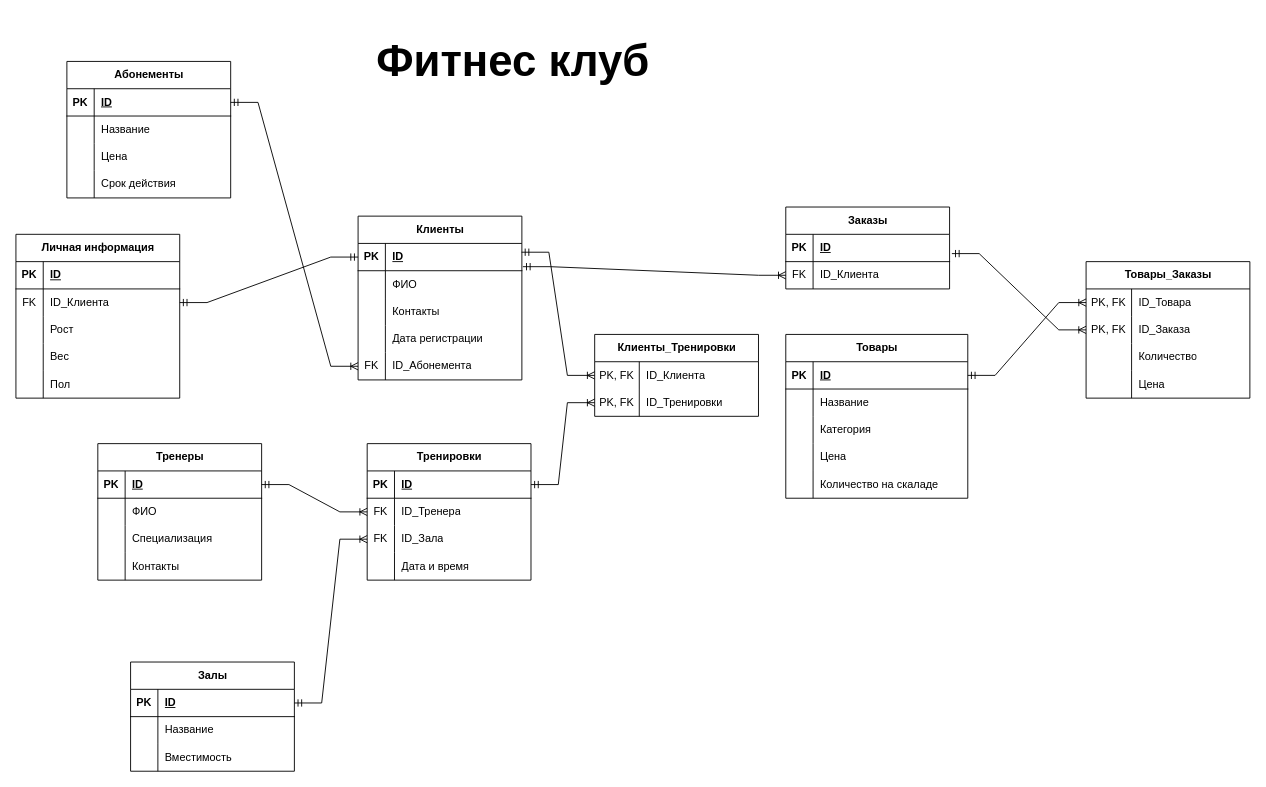
KotegovNikita/database_basics keeps this draw.io diagram as Homework_1.drawio. Above is the earlier version. Source tidied: cells renumbered, new cells numbered last; positions are measured from the earlier drawing's top-left corner, leaving out a move shared by most shapes. Both pictures are drawn from the tidied source at 91%, with x=0, y=0 at pixel (15, 15).
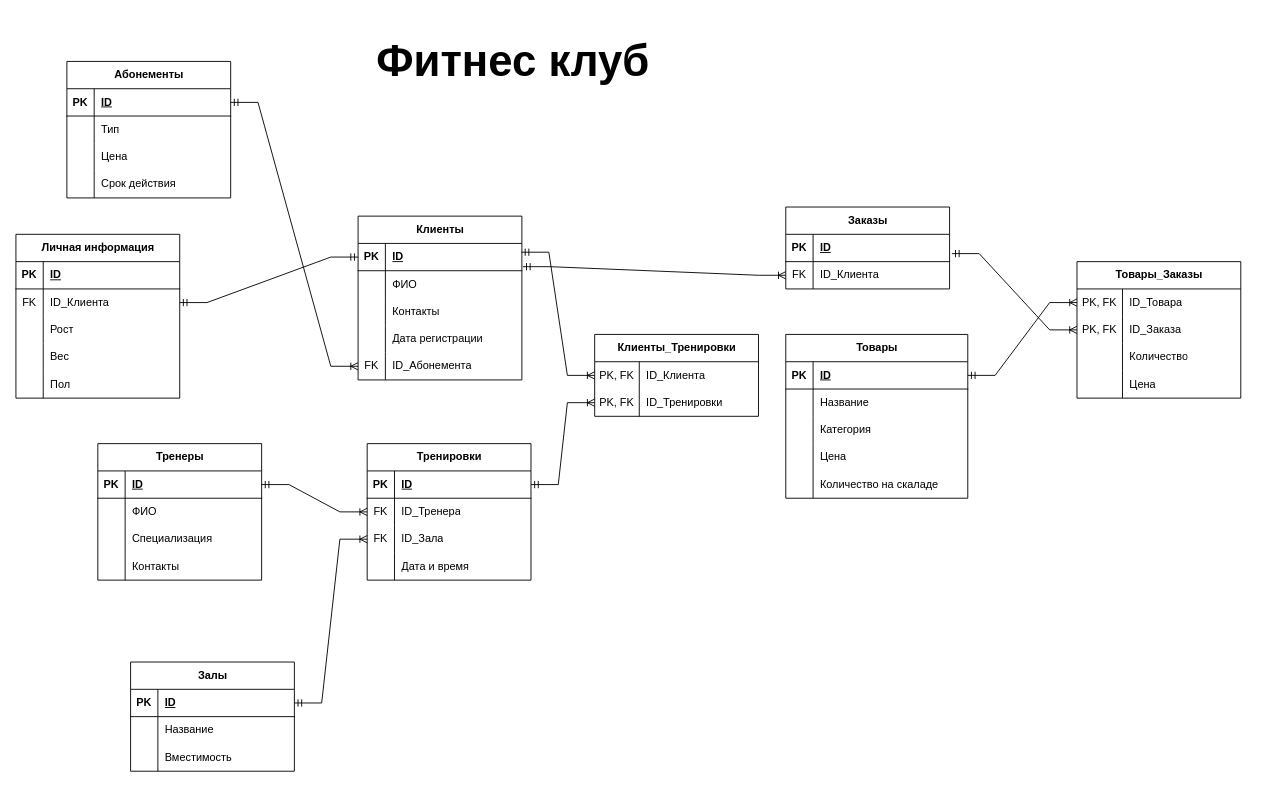
After the change.

The change refers to these unchanged cells:
```xml
<mxCell id="22" style="shape=tableRow;horizontal=0;startSize=0;swimlaneHead=0;swimlaneBody=0;fillColor=none;top=0;left=0;right=0;bottom=0;" parent="18" vertex="1">
  <mxGeometry y="60" width="180" height="30" as="geometry" />
</mxCell>
```

Change to the diagram source:
```diff
@@
-    <mxCell id="24" value="Название" style="shape=partialRectangle;fillColor=none;top=0;left=0;bottom=0;right=0;align=left;spacingLeft=6;overflow=hidden;whiteSpace=wrap;html=1;" parent="22" vertex="1">
+    <mxCell id="24" value="Тип" style="shape=partialRectangle;fillColor=none;top=0;left=0;bottom=0;right=0;align=left;spacingLeft=6;overflow=hidden;whiteSpace=wrap;html=1;" parent="22" vertex="1">
       <mxGeometry x="30" width="150" height="30" as="geometry" />
     </mxCell>
@@
     <mxCell id="119" value="Товары_Заказы" style="shape=table;startSize=30;childLayout=tableLayout;rowLines=0;fontStyle=1;align=center;html=1;" parent="1" vertex="1">
-      <mxGeometry x="1176" y="270" width="180" height="150" as="geometry" />
+      <mxGeometry x="1166" y="270" width="180" height="150" as="geometry" />
     </mxCell>
```
